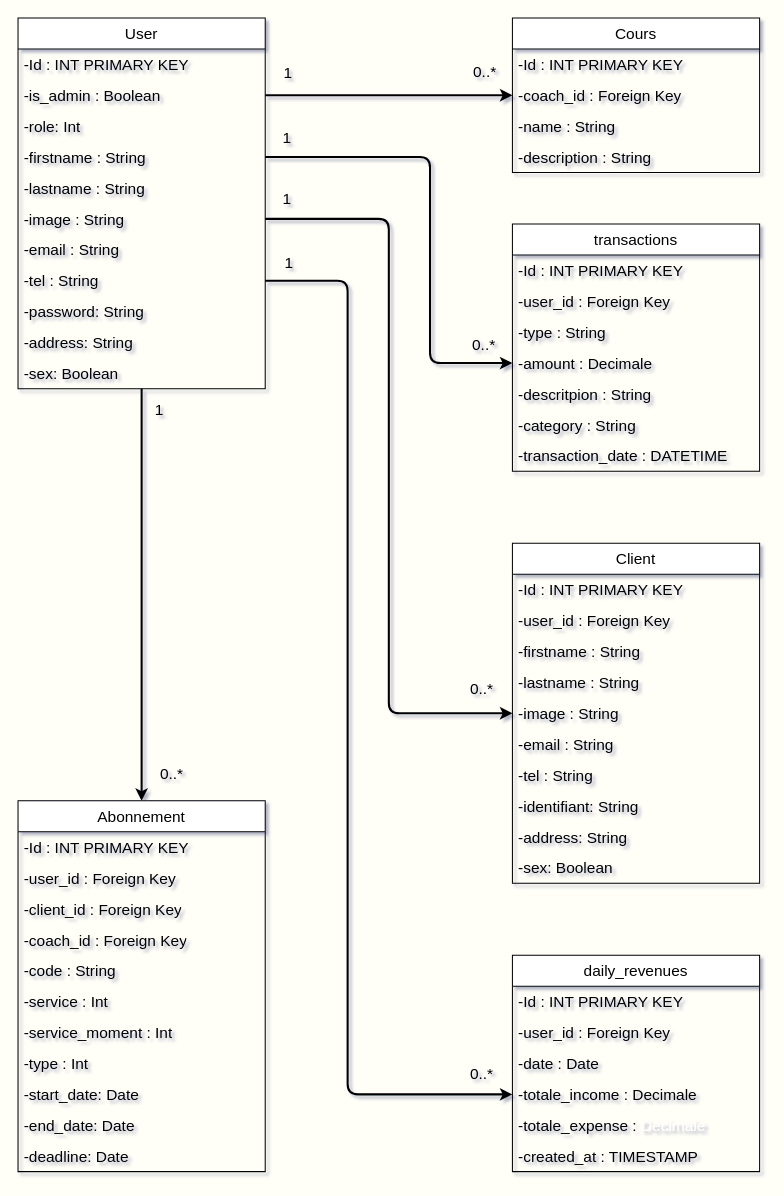
Ahmadcodingalx/emtiac-gym-project keeps this draw.io diagram as Ressources/Diagrammes/Classes/classe.drawio. Above is the earlier version. Source tidied: cells renumbered, new cells numbered last; positions are measured from the earlier drawing's top-left corner, leaving out a move shared by most shapes. Both pictures are drawn from the tidied source at 103%, with x=0, y=0 at pixel (18, 18).
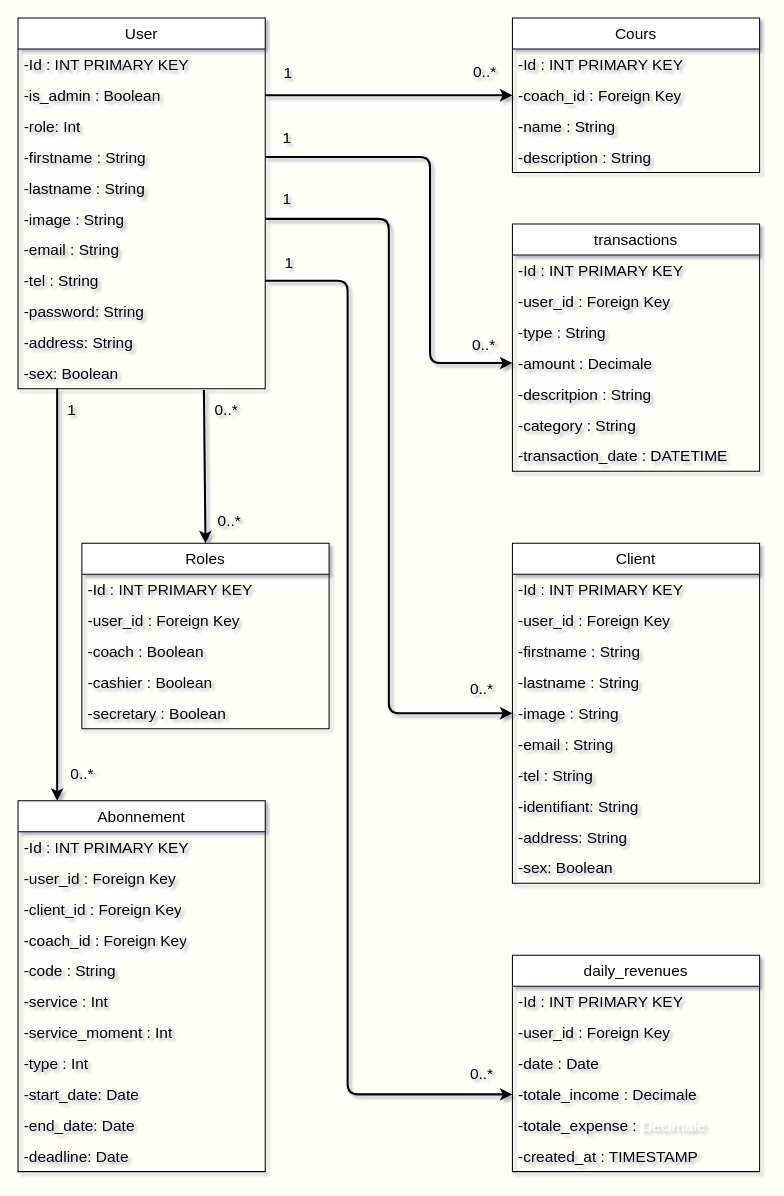
The same page after the edit.

Commit message (it also covers changes not shown here):
Ajout de la tables roles dans le diagramme de classe

Unchanged cells that the change refers to:
```xml
<mxCell id="3" value="User" style="swimlane;fontStyle=0;horizontal=1;startSize=30;whiteSpace=wrap;html=1;fontSize=15;" parent="1" vertex="1">
  <mxGeometry width="240" height="360" as="geometry" />
</mxCell>
<mxCell id="14" value="&lt;span style=&quot;color: rgb(0, 0, 0);&quot;&gt;-sex: Boolean&lt;/span&gt;" style="text;strokeColor=none;fillColor=none;align=left;verticalAlign=middle;spacingLeft=4;spacingRight=4;overflow=hidden;points=[[0,0.5],[1,0.5]];portConstraint=eastwest;whiteSpace=wrap;html=1;fontSize=15;" parent="3" vertex="1">
  <mxGeometry y="330" width="240" height="30" as="geometry" />
</mxCell>
<mxCell id="26" value="Abonnement" style="swimlane;fontStyle=0;horizontal=1;startSize=30;whiteSpace=wrap;html=1;fontSize=15;" parent="1" vertex="1">
  <mxGeometry y="760" width="240" height="360" as="geometry" />
</mxCell>
```

Diff of the diagram source:
```diff
@@
-    <mxCell id="2" style="edgeStyle=none;html=1;entryX=0.5;entryY=0;entryDx=0;entryDy=0;strokeWidth=2;" parent="1" edge="1" source="3" target="26">
-      <mxGeometry relative="1" as="geometry" />
+    <mxCell id="2" style="edgeStyle=none;html=1;entryX=0.5;entryY=0;entryDx=0;entryDy=0;strokeWidth=2;" parent="1" edge="1">
+      <mxGeometry relative="1" as="geometry">
+        <mxPoint x="38" y="360" as="sourcePoint" />
+        <mxPoint x="38" y="760" as="targetPoint" />
+      </mxGeometry>
     </mxCell>
+    <mxCell id="72" style="edgeStyle=none;html=1;entryX=0.5;entryY=0;entryDx=0;entryDy=0;exitX=0.752;exitY=1.041;exitDx=0;exitDy=0;exitPerimeter=0;strokeWidth=2;" parent="1" edge="1" source="14" target="73">
+      <mxGeometry relative="1" as="geometry" />
+    </mxCell>
@@
     <mxCell id="62" value="0..*" style="text;html=1;align=center;verticalAlign=middle;strokeWidth=1;fontSize=15;" parent="1" vertex="1">
-      <mxGeometry x="124" y="718" width="50" height="30" as="geometry" />
+      <mxGeometry x="37" y="718" width="50" height="30" as="geometry" />
     </mxCell>
     <mxCell id="63" value="1" style="text;html=1;align=center;verticalAlign=middle;strokeWidth=1;fontSize=15;" parent="1" vertex="1">
-      <mxGeometry x="122" y="365" width="30" height="30" as="geometry" />
+      <mxGeometry x="37" y="365" width="30" height="30" as="geometry" />
     </mxCell>
@@
+    <mxCell id="73" value="Roles" style="swimlane;fontStyle=0;horizontal=1;startSize=30;whiteSpace=wrap;html=1;fontSize=15;" parent="1" vertex="1">
+      <mxGeometry x="62" y="510" width="240" height="180" as="geometry" />
+    </mxCell>
+    <mxCell id="74" value="-Id : INT PRIMARY KEY" style="text;strokeColor=none;fillColor=none;align=left;verticalAlign=middle;spacingLeft=4;spacingRight=4;overflow=hidden;whiteSpace=wrap;html=1;fontSize=15;" parent="73" vertex="1">
+      <mxGeometry y="30" width="240" height="30" as="geometry" />
+    </mxCell>
+    <mxCell id="75" value="-user_id : Foreign Key" style="text;strokeColor=none;fillColor=none;align=left;verticalAlign=middle;spacingLeft=4;spacingRight=4;overflow=hidden;whiteSpace=wrap;html=1;fontSize=15;" parent="73" vertex="1">
+      <mxGeometry y="60" width="240" height="30" as="geometry" />
+    </mxCell>
+    <mxCell id="76" value="-coach : Boolean" style="text;strokeColor=none;fillColor=none;align=left;verticalAlign=middle;spacingLeft=4;spacingRight=4;overflow=hidden;whiteSpace=wrap;html=1;fontSize=15;" parent="73" vertex="1">
+      <mxGeometry y="90" width="240" height="30" as="geometry" />
+    </mxCell>
+    <mxCell id="77" value="-cashier : Boolean" style="text;strokeColor=none;fillColor=none;align=left;verticalAlign=middle;spacingLeft=4;spacingRight=4;overflow=hidden;whiteSpace=wrap;html=1;fontSize=15;" parent="73" vertex="1">
+      <mxGeometry y="120" width="240" height="30" as="geometry" />
+    </mxCell>
+    <mxCell id="78" value="-secretary : Boolean" style="text;strokeColor=none;fillColor=none;align=left;verticalAlign=middle;spacingLeft=4;spacingRight=4;overflow=hidden;whiteSpace=wrap;html=1;fontSize=15;" parent="73" vertex="1">
+      <mxGeometry y="150" width="240" height="30" as="geometry" />
+    </mxCell>
+    <mxCell id="79" value="0..*" style="text;html=1;align=center;verticalAlign=middle;strokeWidth=1;fontSize=15;" parent="1" vertex="1">
+      <mxGeometry x="181" y="365" width="41" height="30" as="geometry" />
+    </mxCell>
+    <mxCell id="80" value="0..*" style="text;html=1;align=center;verticalAlign=middle;strokeWidth=1;fontSize=15;" parent="1" vertex="1">
+      <mxGeometry x="184" y="473" width="41" height="30" as="geometry" />
+    </mxCell>
```
